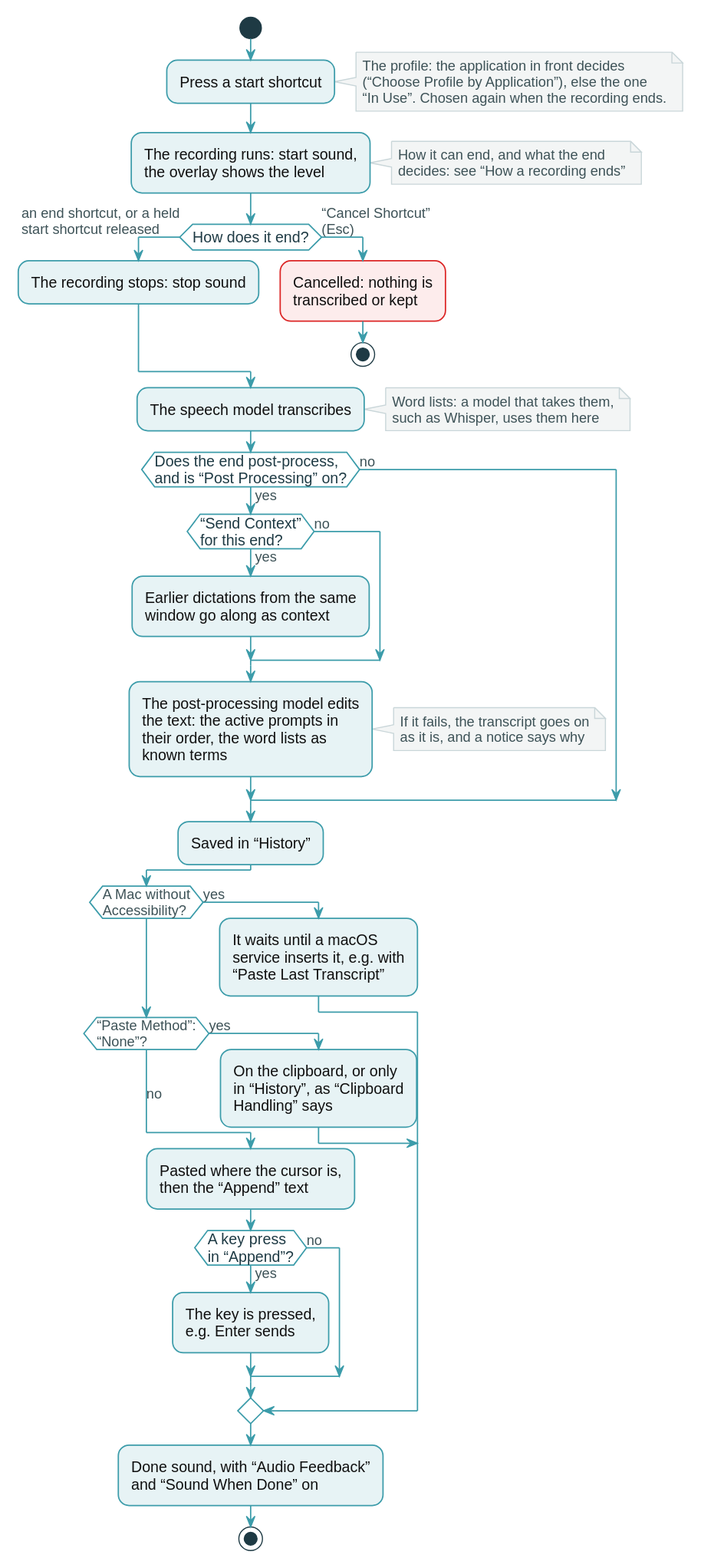
yaccob/DanyWhere keeps this PlantUML diagram as docs/manual/public/diagrams/en/dictation-flow.light.svg. Above is the earlier version.
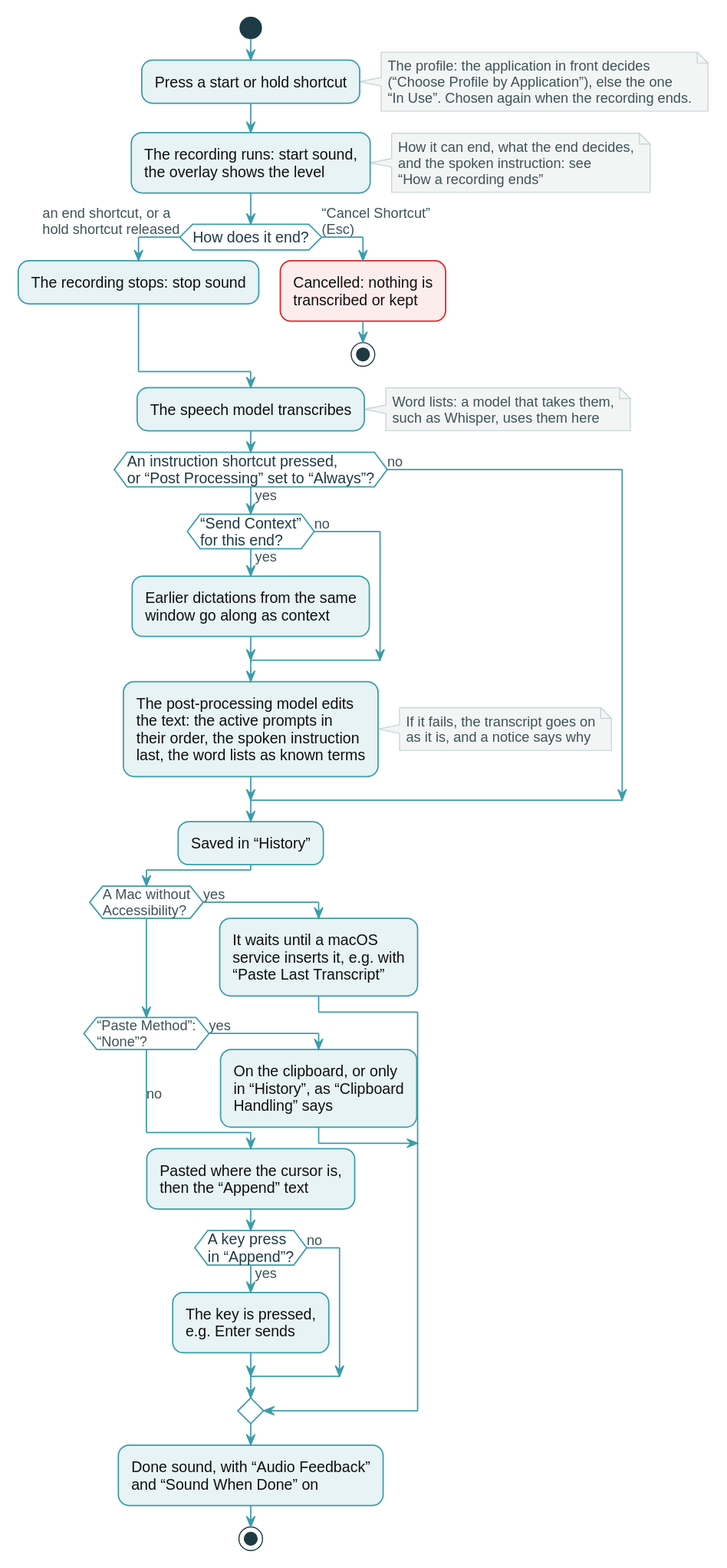
The same file after the commit.

Diff of the diagram source:
```diff
@@ -1,21 +1,21 @@
 @startuml
 !$yes = "yes"
 !$no = "no"
-!$press = "Press a start shortcut"
+!$press = "Press a start or hold shortcut"
 !$noteProfile = "The profile: the application in front decides\n(“Choose Profile by Application”), else the one\n“In Use”. Chosen again when the recording ends."
 !$recording = "The recording runs: start sound,\nthe overlay shows the level"
-!$noteEnds = "How it can end, and what the end\ndecides: see “How a recording ends”"
+!$noteEnds = "How it can end, what the end decides,\nand the spoken instruction: see\n“How a recording ends”"
 !$qEnd = "How does it end?"
-!$aEnds = "an end shortcut, or a held\nstart shortcut released"
+!$aEnds = "an end shortcut, or a\nhold shortcut released"
 !$aCancel = "“Cancel Shortcut”\n(Esc)"
 !$stopped = "The recording stops: stop sound"
 !$cancelled = "Cancelled: nothing is\ntranscribed or kept"
 !$transcribe = "The speech model transcribes"
 !$noteWords = "Word lists: a model that takes them,\nsuch as Whisper, uses them here"
-!$qPost = "Does the end post-process,\nand is “Post Processing” on?"
+!$qPost = "An instruction shortcut pressed,\nor “Post Processing” set to “Always”?"
 !$qContext = "“Send Context”\nfor this end?"
 !$context = "Earlier dictations from the same\nwindow go along as context"
-!$edit = "The post-processing model edits\nthe text: the active prompts in\ntheir order, the word lists as\nknown terms"
+!$edit = "The post-processing model edits\nthe text: the active prompts in\ntheir order, the spoken instruction\nlast, the word lists as known terms"
 !$noteFailed = "If it fails, the transcript goes on\nas it is, and a notice says why"
 !$history = "Saved in “History”"
 !$qWaits = "A Mac without\nAccessibility?"
```
